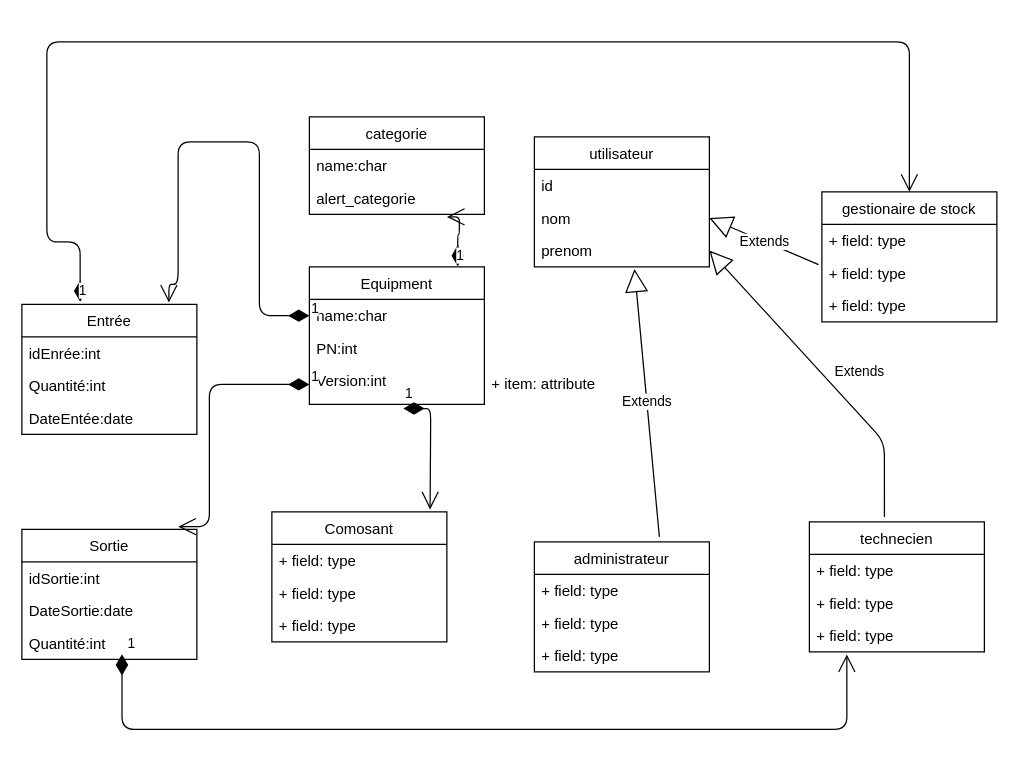
8rania1/emt-ss keeps this draw.io diagram as diagramme classe.drawio. Above is the earlier version. Source tidied: cells renumbered, new cells numbered last; positions are measured from the earlier drawing's top-left corner, leaving out a move shared by most shapes. Both pictures are drawn from the tidied source at 125%, with x=0, y=0 at pixel (21, 41).
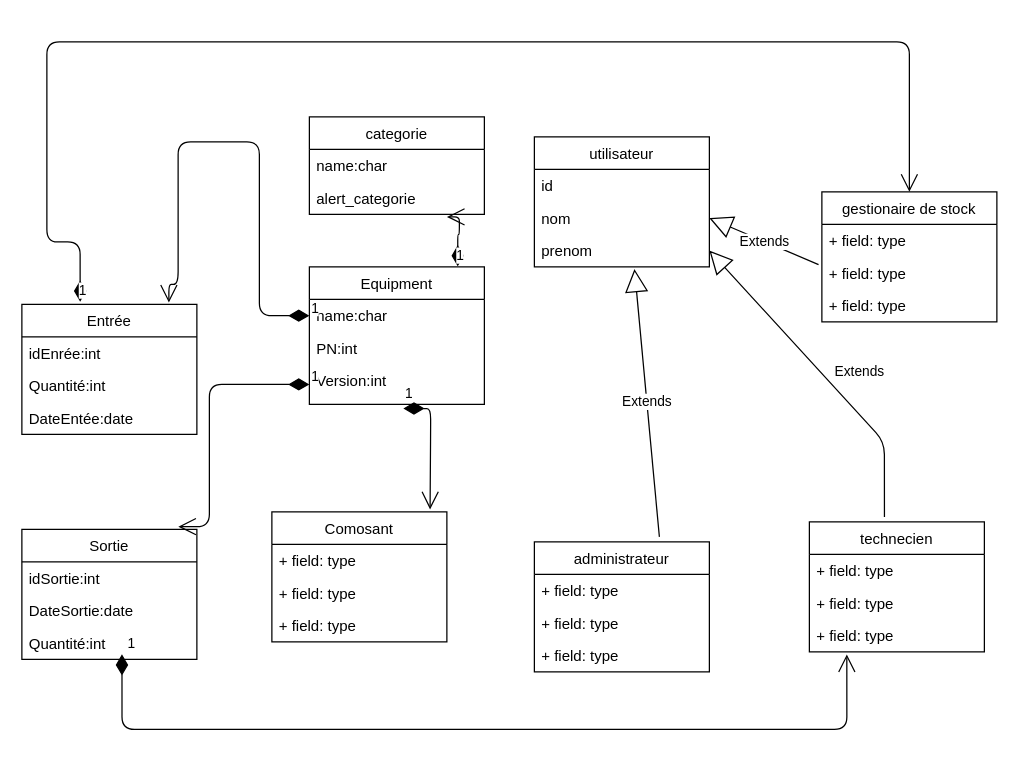
The same page after the edit.

Commit message (it also covers changes not shown here):
diagramme de classe starUml

What changed in the source:
```diff
@@
-    <mxCell id="46" value="+ item: attribute" style="text;strokeColor=none;fillColor=none;align=left;verticalAlign=top;spacingLeft=4;spacingRight=4;overflow=hidden;" parent="1" vertex="1">
-      <mxGeometry x="370" y="260" width="100" height="26" as="geometry" />
-    </mxCell>
```
